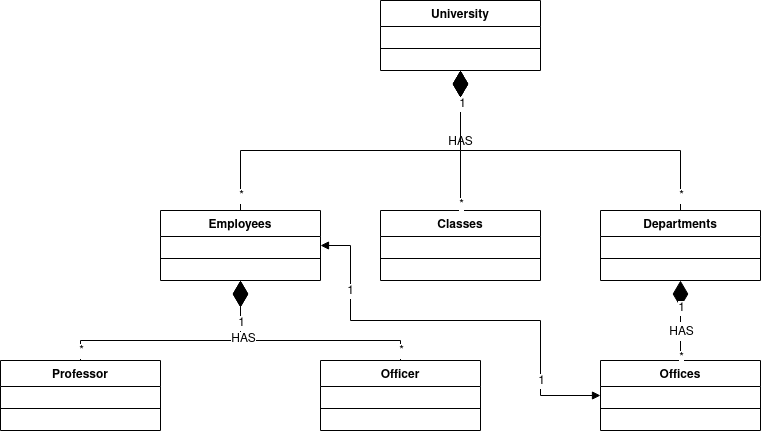
gkhndktr/OOP keeps this draw.io diagram as UniversityManagement.drawio.png. Above is the earlier version. Source tidied: cells renumbered, new cells last; positions are measured from the earlier drawing's top-left corner, leaving out a move shared by most shapes.
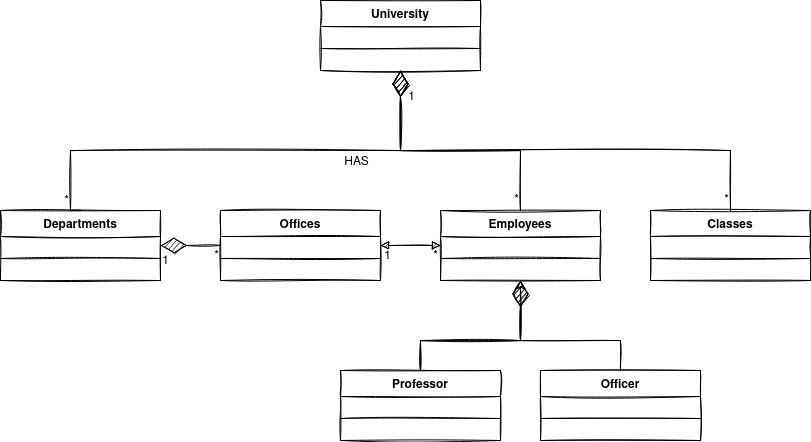
The same diagram one commit later.

Diff of the diagram source:
```diff
@@ -1,163 +1,148 @@
-<mxGraphModel>
+<mxGraphModel background="#FFFFFF">
   <root>
     <mxCell id="0" />
     <mxCell id="1" parent="0" />
-    <mxCell id="2" value="University" style="swimlane;fontStyle=1;align=center;verticalAlign=top;horizontal=1;startSize=26;" parent="1" vertex="1">
-      <mxGeometry x="380" width="160" height="70" as="geometry" />
+    <mxCell id="2" value="University" style="swimlane;fontStyle=1;align=center;verticalAlign=top;horizontal=1;startSize=26;sketch=1;rounded=0;" parent="1" vertex="1">
+      <mxGeometry x="695" y="210" width="160" height="70" as="geometry" />
     </mxCell>
-    <mxCell id="3" style="line;strokeWidth=1;fillColor=none;align=left;verticalAlign=middle;spacingTop=-1;spacingLeft=3;spacingRight=3;labelPosition=right;" parent="2" vertex="1">
+    <mxCell id="3" style="line;strokeWidth=1;fillColor=none;align=left;verticalAlign=middle;spacingTop=-1;spacingLeft=3;spacingRight=3;labelPosition=right;sketch=1;rounded=0;" parent="2" vertex="1">
       <mxGeometry y="26" width="160" height="44" as="geometry" />
     </mxCell>
-    <mxCell id="4" value="Classes" style="swimlane;fontStyle=1;align=center;verticalAlign=top;horizontal=1;startSize=26;" parent="1" vertex="1">
-      <mxGeometry x="380" y="210" width="160" height="70" as="geometry" />
+    <mxCell id="4" value="Classes" style="swimlane;fontStyle=1;align=center;verticalAlign=top;horizontal=1;startSize=26;sketch=1;rounded=0;" parent="1" vertex="1">
+      <mxGeometry x="1025" y="420" width="160" height="70" as="geometry" />
     </mxCell>
-    <mxCell id="5" style="line;strokeWidth=1;fillColor=none;align=left;verticalAlign=middle;spacingTop=-1;spacingLeft=3;spacingRight=3;labelPosition=right;" parent="4" vertex="1">
+    <mxCell id="5" style="line;strokeWidth=1;fillColor=none;align=left;verticalAlign=middle;spacingTop=-1;spacingLeft=3;spacingRight=3;labelPosition=right;sketch=1;rounded=0;" parent="4" vertex="1">
       <mxGeometry y="26" width="160" height="44" as="geometry" />
     </mxCell>
-    <mxCell id="6" value="Offices" style="swimlane;fontStyle=1;align=center;verticalAlign=top;horizontal=1;startSize=26;" parent="1" vertex="1">
-      <mxGeometry x="600" y="360" width="160" height="70" as="geometry" />
+    <mxCell id="6" value="Offices" style="swimlane;fontStyle=1;align=center;verticalAlign=top;horizontal=1;startSize=26;sketch=1;rounded=0;" parent="1" vertex="1">
+      <mxGeometry x="595" y="420" width="160" height="70" as="geometry" />
     </mxCell>
-    <mxCell id="7" style="line;strokeWidth=1;fillColor=none;align=left;verticalAlign=middle;spacingTop=-1;spacingLeft=3;spacingRight=3;labelPosition=right;" parent="6" vertex="1">
+    <mxCell id="7" style="line;strokeWidth=1;fillColor=none;align=left;verticalAlign=middle;spacingTop=-1;spacingLeft=3;spacingRight=3;labelPosition=right;sketch=1;rounded=0;" parent="6" vertex="1">
       <mxGeometry y="26" width="160" height="44" as="geometry" />
     </mxCell>
-    <mxCell id="8" value="Departments" style="swimlane;fontStyle=1;align=center;verticalAlign=top;horizontal=1;startSize=26;" parent="1" vertex="1">
-      <mxGeometry x="600" y="210" width="160" height="70" as="geometry" />
+    <mxCell id="8" value="Departments" style="swimlane;fontStyle=1;align=center;verticalAlign=top;horizontal=1;startSize=26;sketch=1;rounded=0;" parent="1" vertex="1">
+      <mxGeometry x="375" y="420" width="160" height="70" as="geometry" />
     </mxCell>
-    <mxCell id="9" style="line;strokeWidth=1;fillColor=none;align=left;verticalAlign=middle;spacingTop=-1;spacingLeft=3;spacingRight=3;labelPosition=right;" parent="8" vertex="1">
+    <mxCell id="9" style="line;strokeWidth=1;fillColor=none;align=left;verticalAlign=middle;spacingTop=-1;spacingLeft=3;spacingRight=3;labelPosition=right;sketch=1;rounded=0;" parent="8" vertex="1">
       <mxGeometry y="26" width="160" height="44" as="geometry" />
     </mxCell>
-    <mxCell id="10" style="endArrow=diamondThin;endFill=1;endSize=24;html=1;rounded=0;fontSize=16;entryX=0.5;entryY=1;entryDx=0;entryDy=0;edgeStyle=orthogonalEdgeStyle;exitX=0.5;exitY=0;exitDx=0;exitDy=0;" parent="1" edge="1" source="4" target="2">
-      <mxGeometry relative="1" as="geometry" />
+    <mxCell id="10" style="endArrow=diamondThin;endFill=1;endSize=24;html=1;rounded=0;fontSize=16;entryX=0.5;entryY=1;entryDx=0;entryDy=0;edgeStyle=orthogonalEdgeStyle;exitX=0.5;exitY=0;exitDx=0;exitDy=0;sketch=1;" parent="1" edge="1" source="4" target="2">
+      <mxGeometry relative="1" as="geometry">
+        <Array as="points">
+          <mxPoint x="1105" y="360" />
+          <mxPoint x="775" y="360" />
+        </Array>
+      </mxGeometry>
     </mxCell>
-    <mxCell id="11" value="1" style="edgeLabel;html=1;align=center;verticalAlign=middle;fontSize=12;" parent="10" vertex="1">
-      <mxGeometry x="0.82" y="-1" relative="1" as="geometry" />
-    </mxCell>
-    <mxCell id="12" value="*" style="edgeLabel;html=1;align=center;verticalAlign=middle;fontSize=12;" parent="10" vertex="1">
-      <mxGeometry x="-0.92" relative="1" as="geometry" />
+    <mxCell id="12" value="*" style="edgeLabel;html=1;align=center;verticalAlign=middle;fontSize=12;sketch=1;rounded=0;" parent="10" vertex="1">
+      <mxGeometry x="-0.92" relative="1" as="geometry">
+        <mxPoint x="-5" y="9" as="offset" />
+      </mxGeometry>
     </mxCell>
-    <mxCell id="13" value="&lt;font style=&quot;font-size: 12px;&quot;&gt;HAS&lt;/font&gt;" style="edgeLabel;html=1;align=center;verticalAlign=middle;fontSize=16;" parent="10" vertex="1">
+    <mxCell id="13" value="&lt;font style=&quot;font-size: 12px;&quot;&gt;HAS&lt;/font&gt;" style="edgeLabel;html=1;align=center;verticalAlign=middle;fontSize=16;sketch=1;rounded=0;" parent="10" vertex="1">
       <mxGeometry x="0.09" y="1" relative="1" as="geometry">
-        <mxPoint y="7" as="offset" />
+        <mxPoint x="-178" y="9" as="offset" />
       </mxGeometry>
     </mxCell>
-    <mxCell id="14" style="endArrow=diamondThin;endFill=1;endSize=24;html=1;rounded=0;fontSize=16;entryX=0.5;entryY=1;entryDx=0;entryDy=0;edgeStyle=orthogonalEdgeStyle;exitX=0.5;exitY=0;exitDx=0;exitDy=0;" parent="1" edge="1" source="8" target="2">
+    <mxCell id="14" style="endArrow=diamondThin;endFill=1;endSize=24;html=1;rounded=0;fontSize=16;entryX=0.5;entryY=1;entryDx=0;entryDy=0;edgeStyle=orthogonalEdgeStyle;exitX=0.5;exitY=0;exitDx=0;exitDy=0;sketch=1;" parent="1" edge="1" source="8" target="2">
       <mxGeometry relative="1" as="geometry">
         <Array as="points">
-          <mxPoint x="680" y="150" />
-          <mxPoint x="460" y="150" />
+          <mxPoint x="445" y="420" />
+          <mxPoint x="445" y="360" />
+          <mxPoint x="775" y="360" />
         </Array>
       </mxGeometry>
     </mxCell>
-    <mxCell id="15" value="1" style="edgeLabel;html=1;align=center;verticalAlign=middle;fontSize=12;" parent="14" vertex="1">
-      <mxGeometry x="0.82" y="-1" relative="1" as="geometry" />
-    </mxCell>
-    <mxCell id="16" value="*" style="edgeLabel;html=1;align=center;verticalAlign=middle;fontSize=12;" parent="14" vertex="1">
-      <mxGeometry x="-0.92" relative="1" as="geometry" />
+    <mxCell id="16" value="*" style="edgeLabel;html=1;align=center;verticalAlign=middle;fontSize=12;sketch=1;rounded=0;" parent="14" vertex="1">
+      <mxGeometry x="-0.92" relative="1" as="geometry">
+        <mxPoint x="-5" as="offset" />
+      </mxGeometry>
     </mxCell>
-    <mxCell id="17" style="endArrow=diamondThin;endFill=1;endSize=24;html=1;rounded=0;fontSize=16;entryX=0.5;entryY=1;entryDx=0;entryDy=0;edgeStyle=orthogonalEdgeStyle;exitX=0.5;exitY=0;exitDx=0;exitDy=0;" parent="1" edge="1" source="6" target="8">
-      <mxGeometry relative="1" as="geometry">
-        <Array as="points">
-          <mxPoint x="680" y="360" />
-          <mxPoint x="680" y="280" />
-        </Array>
-      </mxGeometry>
+    <mxCell id="17" style="endArrow=diamondThin;endFill=1;endSize=24;html=1;rounded=0;fontSize=16;edgeStyle=orthogonalEdgeStyle;exitX=0;exitY=0.5;exitDx=0;exitDy=0;entryX=1;entryY=0.5;entryDx=0;entryDy=0;sketch=1;" parent="1" edge="1" source="6" target="8">
+      <mxGeometry relative="1" as="geometry" />
     </mxCell>
-    <mxCell id="18" value="&lt;font style=&quot;font-size: 12px;&quot;&gt;HAS&lt;/font&gt;" style="edgeLabel;html=1;align=center;verticalAlign=middle;fontSize=16;" parent="17" vertex="1">
-      <mxGeometry x="0.09" y="1" relative="1" as="geometry">
-        <mxPoint x="1" y="14" as="offset" />
-      </mxGeometry>
-    </mxCell>
-    <mxCell id="19" value="1" style="edgeLabel;html=1;align=center;verticalAlign=middle;fontSize=12;" parent="17" vertex="1">
+    <mxCell id="19" value="1" style="edgeLabel;html=1;align=center;verticalAlign=middle;fontSize=12;sketch=1;rounded=0;" parent="17" vertex="1">
       <mxGeometry x="0.82" y="-1" relative="1" as="geometry">
-        <mxPoint x="-1" y="20" as="offset" />
+        <mxPoint x="-1" y="16" as="offset" />
       </mxGeometry>
     </mxCell>
-    <mxCell id="20" value="*" style="edgeLabel;html=1;align=center;verticalAlign=middle;fontSize=12;" parent="17" vertex="1">
-      <mxGeometry x="-0.92" relative="1" as="geometry" />
+    <mxCell id="20" value="*" style="edgeLabel;html=1;align=center;verticalAlign=middle;fontSize=12;sketch=1;rounded=0;" parent="17" vertex="1">
+      <mxGeometry x="-0.92" relative="1" as="geometry">
+        <mxPoint x="-3" y="10" as="offset" />
+      </mxGeometry>
     </mxCell>
-    <mxCell id="21" value="Employees" style="swimlane;fontStyle=1;align=center;verticalAlign=top;horizontal=1;startSize=26;" parent="1" vertex="1">
-      <mxGeometry x="160" y="210" width="160" height="70" as="geometry" />
+    <mxCell id="21" value="Employees" style="swimlane;fontStyle=1;align=center;verticalAlign=top;horizontal=1;startSize=26;sketch=1;rounded=0;" parent="1" vertex="1">
+      <mxGeometry x="815" y="420" width="160" height="70" as="geometry" />
     </mxCell>
-    <mxCell id="22" style="line;strokeWidth=1;fillColor=none;align=left;verticalAlign=middle;spacingTop=-1;spacingLeft=3;spacingRight=3;labelPosition=right;" parent="21" vertex="1">
+    <mxCell id="22" style="line;strokeWidth=1;fillColor=none;align=left;verticalAlign=middle;spacingTop=-1;spacingLeft=3;spacingRight=3;labelPosition=right;sketch=1;rounded=0;" parent="21" vertex="1">
       <mxGeometry y="26" width="160" height="44" as="geometry" />
     </mxCell>
-    <mxCell id="23" style="endArrow=diamondThin;endFill=1;endSize=24;html=1;rounded=0;fontSize=16;entryX=0.5;entryY=1;entryDx=0;entryDy=0;edgeStyle=orthogonalEdgeStyle;exitX=0.5;exitY=0;exitDx=0;exitDy=0;" parent="1" edge="1" source="21" target="2">
+    <mxCell id="23" style="endArrow=diamondThin;endFill=1;endSize=24;html=1;rounded=0;fontSize=16;entryX=0.5;entryY=1;entryDx=0;entryDy=0;edgeStyle=orthogonalEdgeStyle;exitX=0.5;exitY=0;exitDx=0;exitDy=0;sketch=1;" parent="1" edge="1" source="21" target="2">
       <mxGeometry relative="1" as="geometry">
         <Array as="points">
-          <mxPoint x="240" y="150" />
-          <mxPoint x="460" y="150" />
+          <mxPoint x="895" y="360" />
+          <mxPoint x="775" y="360" />
         </Array>
       </mxGeometry>
     </mxCell>
-    <mxCell id="24" value="1" style="edgeLabel;html=1;align=center;verticalAlign=middle;fontSize=12;" parent="23" vertex="1">
-      <mxGeometry x="0.82" y="-1" relative="1" as="geometry" />
+    <mxCell id="24" value="1" style="edgeLabel;html=1;align=center;verticalAlign=middle;fontSize=12;sketch=1;rounded=0;" parent="23" vertex="1">
+      <mxGeometry x="0.82" y="-1" relative="1" as="geometry">
+        <mxPoint x="9" y="2" as="offset" />
+      </mxGeometry>
     </mxCell>
-    <mxCell id="25" value="*" style="edgeLabel;html=1;align=center;verticalAlign=middle;fontSize=12;" parent="23" vertex="1">
-      <mxGeometry x="-0.92" relative="1" as="geometry" />
+    <mxCell id="25" value="*" style="edgeLabel;html=1;align=center;verticalAlign=middle;fontSize=12;sketch=1;rounded=0;" parent="23" vertex="1">
+      <mxGeometry x="-0.92" relative="1" as="geometry">
+        <mxPoint x="-5" as="offset" />
+      </mxGeometry>
     </mxCell>
+    <mxCell id="40" style="edgeStyle=orthogonalEdgeStyle;rounded=0;jettySize=auto;html=1;fontSize=12;entryX=0.5;entryY=1;entryDx=0;entryDy=0;sketch=1;" parent="1" edge="1" source="26" target="21">
+      <mxGeometry relative="1" as="geometry">
+        <Array as="points">
+          <mxPoint x="795" y="550" />
+          <mxPoint x="895" y="550" />
+        </Array>
+      </mxGeometry>
+    </mxCell>
-    <mxCell id="26" value="Professor&#10;" style="swimlane;fontStyle=1;align=center;verticalAlign=top;horizontal=1;startSize=26;" parent="1" vertex="1">
-      <mxGeometry y="360" width="160" height="70" as="geometry" />
+    <mxCell id="26" value="Professor&#10;" style="swimlane;fontStyle=1;align=center;verticalAlign=top;horizontal=1;startSize=26;sketch=1;rounded=0;" parent="1" vertex="1">
+      <mxGeometry x="715" y="580" width="160" height="70" as="geometry" />
     </mxCell>
-    <mxCell id="27" style="line;strokeWidth=1;fillColor=none;align=left;verticalAlign=middle;spacingTop=-1;spacingLeft=3;spacingRight=3;labelPosition=right;" parent="26" vertex="1">
+    <mxCell id="27" style="line;strokeWidth=1;fillColor=none;align=left;verticalAlign=middle;spacingTop=-1;spacingLeft=3;spacingRight=3;labelPosition=right;sketch=1;rounded=0;" parent="26" vertex="1">
       <mxGeometry y="26" width="160" height="44" as="geometry" />
     </mxCell>
-    <mxCell id="28" value="Officer" style="swimlane;fontStyle=1;align=center;verticalAlign=top;horizontal=1;startSize=26;" parent="1" vertex="1">
-      <mxGeometry x="320" y="360" width="160" height="70" as="geometry" />
+    <mxCell id="28" value="Officer" style="swimlane;fontStyle=1;align=center;verticalAlign=top;horizontal=1;startSize=26;sketch=1;rounded=0;" parent="1" vertex="1">
+      <mxGeometry x="915" y="580" width="160" height="70" as="geometry" />
     </mxCell>
-    <mxCell id="29" style="line;strokeWidth=1;fillColor=none;align=left;verticalAlign=middle;spacingTop=-1;spacingLeft=3;spacingRight=3;labelPosition=right;" parent="28" vertex="1">
+    <mxCell id="29" style="line;strokeWidth=1;fillColor=none;align=left;verticalAlign=middle;spacingTop=-1;spacingLeft=3;spacingRight=3;labelPosition=right;sketch=1;rounded=0;" parent="28" vertex="1">
       <mxGeometry y="26" width="160" height="44" as="geometry" />
     </mxCell>
-    <mxCell id="30" style="endArrow=diamondThin;endFill=1;endSize=24;html=1;rounded=0;fontSize=16;entryX=0.5;entryY=1;entryDx=0;entryDy=0;edgeStyle=orthogonalEdgeStyle;exitX=0.5;exitY=0;exitDx=0;exitDy=0;" parent="1" edge="1" source="26" target="21">
+    <mxCell id="30" style="endArrow=diamondThin;endFill=1;endSize=24;html=1;rounded=0;fontSize=16;entryX=0.5;entryY=1;entryDx=0;entryDy=0;edgeStyle=orthogonalEdgeStyle;exitX=0.5;exitY=0;exitDx=0;exitDy=0;sketch=1;" parent="1" edge="1" source="26" target="21">
       <mxGeometry relative="1" as="geometry">
         <Array as="points">
-          <mxPoint x="80" y="340" />
-          <mxPoint x="240" y="340" />
+          <mxPoint x="795" y="550" />
+          <mxPoint x="895" y="550" />
         </Array>
       </mxGeometry>
     </mxCell>
-    <mxCell id="31" value="1" style="edgeLabel;html=1;align=center;verticalAlign=middle;fontSize=12;" parent="30" vertex="1">
-      <mxGeometry x="0.82" y="-1" relative="1" as="geometry">
-        <mxPoint x="-1" y="20" as="offset" />
-      </mxGeometry>
-    </mxCell>
-    <mxCell id="32" value="*" style="edgeLabel;html=1;align=center;verticalAlign=middle;fontSize=12;" parent="30" vertex="1">
-      <mxGeometry x="-0.92" relative="1" as="geometry" />
-    </mxCell>
-    <mxCell id="33" style="endArrow=diamondThin;endFill=1;endSize=24;html=1;rounded=0;fontSize=16;entryX=0.5;entryY=1;entryDx=0;entryDy=0;edgeStyle=orthogonalEdgeStyle;exitX=0.5;exitY=0;exitDx=0;exitDy=0;" parent="1" edge="1" source="28" target="21">
-      <mxGeometry relative="1" as="geometry">
-        <Array as="points">
-          <mxPoint x="400" y="340" />
-          <mxPoint x="240" y="340" />
-        </Array>
-      </mxGeometry>
-    </mxCell>
-    <mxCell id="34" value="1" style="edgeLabel;html=1;align=center;verticalAlign=middle;fontSize=12;" parent="33" vertex="1">
-      <mxGeometry x="0.82" y="-1" relative="1" as="geometry">
-        <mxPoint x="-1" y="20" as="offset" />
-      </mxGeometry>
-    </mxCell>
-    <mxCell id="35" value="*" style="edgeLabel;html=1;align=center;verticalAlign=middle;fontSize=12;" parent="33" vertex="1">
-      <mxGeometry x="-0.92" relative="1" as="geometry" />
-    </mxCell>
-    <mxCell id="36" value="HAS" style="edgeLabel;html=1;align=center;verticalAlign=middle;fontSize=12;" parent="33" vertex="1">
-      <mxGeometry x="0.52" y="-2" relative="1" as="geometry" />
-    </mxCell>
-    <mxCell id="37" style="endArrow=block;startArrow=block;endFill=1;startFill=1;html=1;rounded=0;fontSize=12;exitX=1;exitY=0.5;exitDx=0;exitDy=0;edgeStyle=orthogonalEdgeStyle;" parent="1" edge="1" source="21">
-      <mxGeometry relative="1" as="geometry">
-        <mxPoint x="600" y="395" as="targetPoint" />
-        <Array as="points">
-          <mxPoint x="350" y="245" />
-          <mxPoint x="350" y="320" />
-          <mxPoint x="540" y="320" />
-          <mxPoint x="540" y="395" />
-        </Array>
-      </mxGeometry>
+    <mxCell id="37" style="endArrow=block;startArrow=block;endFill=1;startFill=1;html=1;rounded=0;fontSize=12;exitX=0;exitY=0.5;exitDx=0;exitDy=0;edgeStyle=orthogonalEdgeStyle;entryX=1;entryY=0.5;entryDx=0;entryDy=0;sketch=1;" parent="1" edge="1" source="21" target="6">
+      <mxGeometry relative="1" as="geometry" />
     </mxCell>
-    <mxCell id="38" value="1" style="edgeLabel;html=1;align=center;verticalAlign=middle;fontSize=12;" parent="37" vertex="1">
-      <mxGeometry x="0.65" relative="1" as="geometry" />
+    <mxCell id="38" value="1" style="edgeLabel;html=1;align=center;verticalAlign=middle;fontSize=12;sketch=1;rounded=0;" parent="37" vertex="1">
+      <mxGeometry x="0.65" relative="1" as="geometry">
+        <mxPoint x="-5" y="10" as="offset" />
+      </mxGeometry>
     </mxCell>
-    <mxCell id="39" value="1" style="edgeLabel;html=1;align=center;verticalAlign=middle;fontSize=12;" parent="37" vertex="1">
-      <mxGeometry x="-0.65" y="-1" relative="1" as="geometry" />
+    <mxCell id="39" value="*" style="edgeLabel;html=1;align=center;verticalAlign=middle;fontSize=12;sketch=1;rounded=0;" parent="37" vertex="1">
+      <mxGeometry x="-0.65" y="-1" relative="1" as="geometry">
+        <mxPoint x="5" y="11" as="offset" />
+      </mxGeometry>
     </mxCell>
+    <mxCell id="33" style="endArrow=diamondThin;endFill=1;endSize=24;html=1;rounded=0;fontSize=16;entryX=0.5;entryY=1;entryDx=0;entryDy=0;edgeStyle=orthogonalEdgeStyle;sketch=1;exitX=0.5;exitY=0;exitDx=0;exitDy=0;" parent="1" edge="1" source="28" target="21">
+      <mxGeometry relative="1" as="geometry">
+        <Array as="points">
+          <mxPoint x="995" y="550" />
+          <mxPoint x="895" y="550" />
+        </Array>
+      </mxGeometry>
+    </mxCell>
   </root>
 </mxGraphModel>
```
